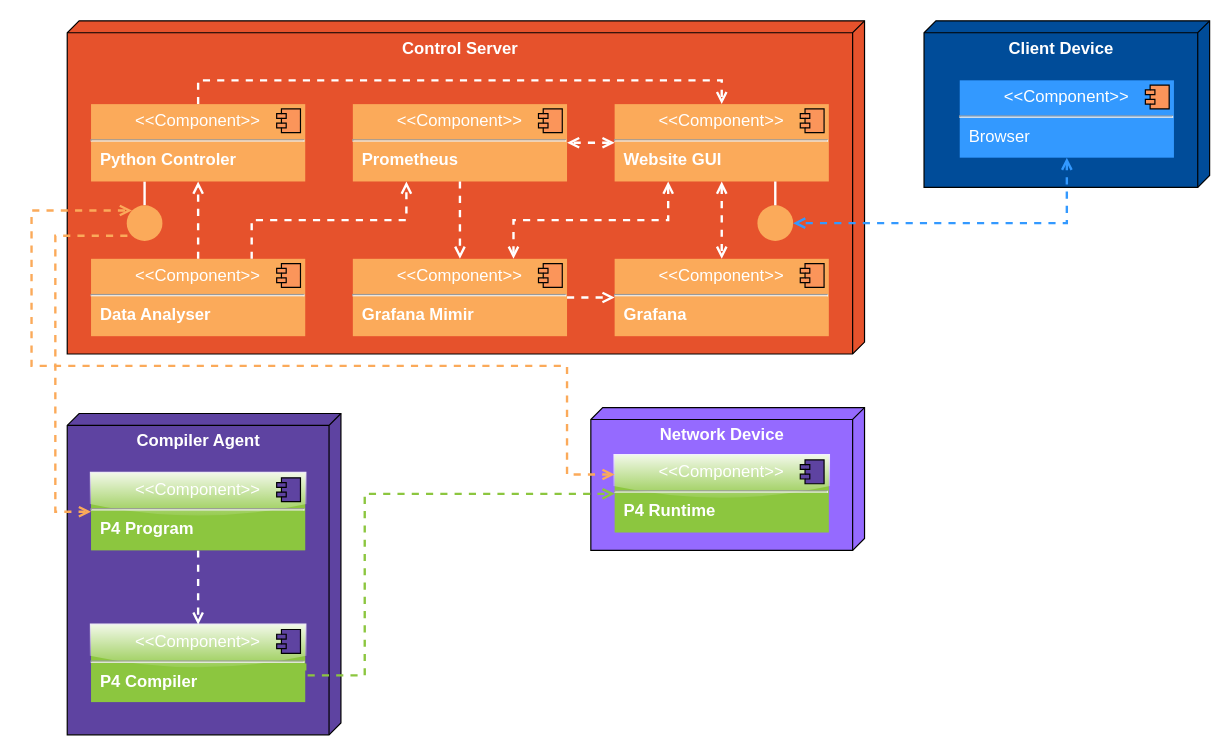
This is page "Deployment Diagram" (1 of 6) of documentation/diagrams/diagram-models.drawio from detiuaveiro/PECI-05-2022-23, a draw.io file, before an edit. Source tidied: cells renumbered, new cells numbered last; positions are measured from the earlier drawing's top-left corner, leaving out a move shared by most shapes. Both pictures are drawn from the tidied source at 119%, with x=0, y=0 at pixel (31, 20).
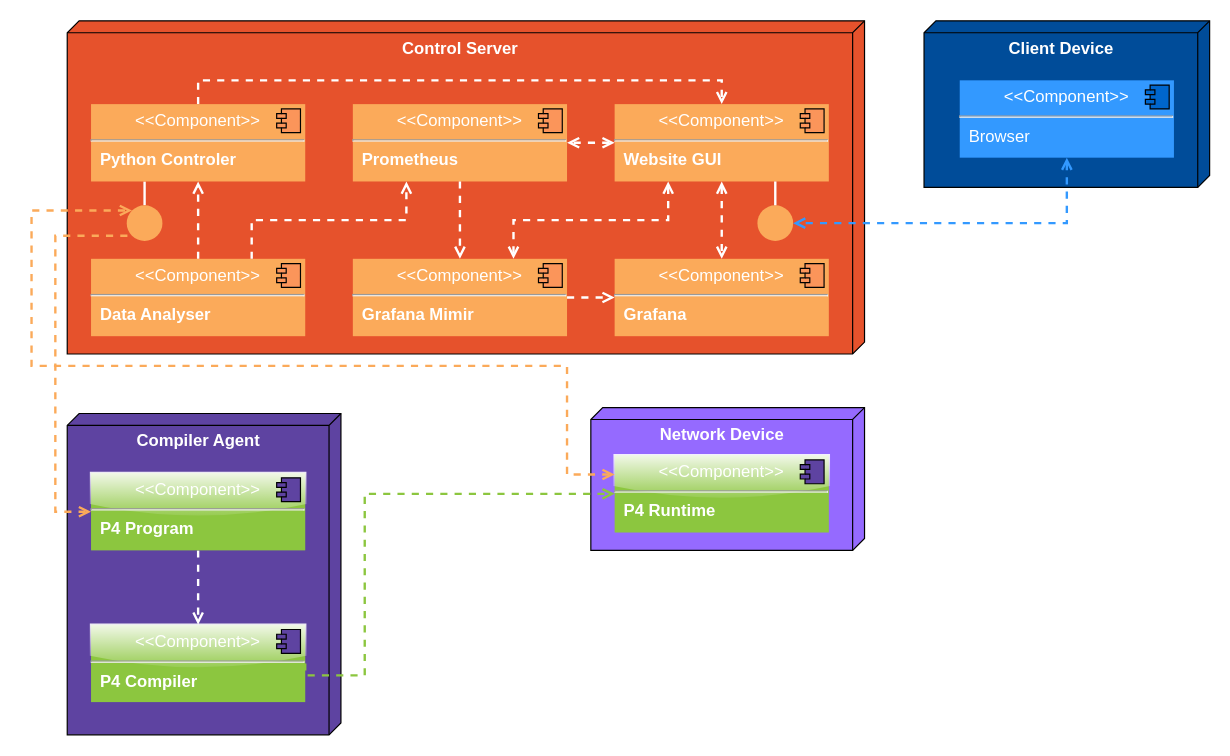
After the change.

Unchanged cells that the change refers to:
```xml
<mxCell id="33" value="&lt;p style=&quot;margin:0px;margin-top:6px;text-align:center;&quot;&gt;&amp;lt;&amp;lt;Component&amp;gt;&amp;gt;&lt;/p&gt;&lt;hr&gt;&lt;p style=&quot;margin:0px;margin-left:8px;&quot;&gt;Browser&lt;/p&gt;" style="align=left;overflow=fill;html=1;fontSize=14;fontColor=#FFFFFF;fillColor=#3399FF;strokeColor=none;" parent="1" vertex="1">
  <mxGeometry x="780" y="50" width="180" height="65" as="geometry" />
</mxCell>
```

What changed in the source:
```diff
@@
-    <mxCell id="34" style="shape=component;jettyWidth=8;jettyHeight=4;fontSize=14;fontColor=#FFFFFF;fillColor=#FB955A;" parent="33" vertex="1">
+    <mxCell id="34" style="shape=component;jettyWidth=8;jettyHeight=4;fontSize=14;fontColor=#FFFFFF;fillColor=#0066CC;" parent="33" vertex="1">
       <mxGeometry x="1" width="20" height="20" relative="1" as="geometry">
         <mxPoint x="-24" y="4" as="offset" />
       </mxGeometry>
     </mxCell>
```
